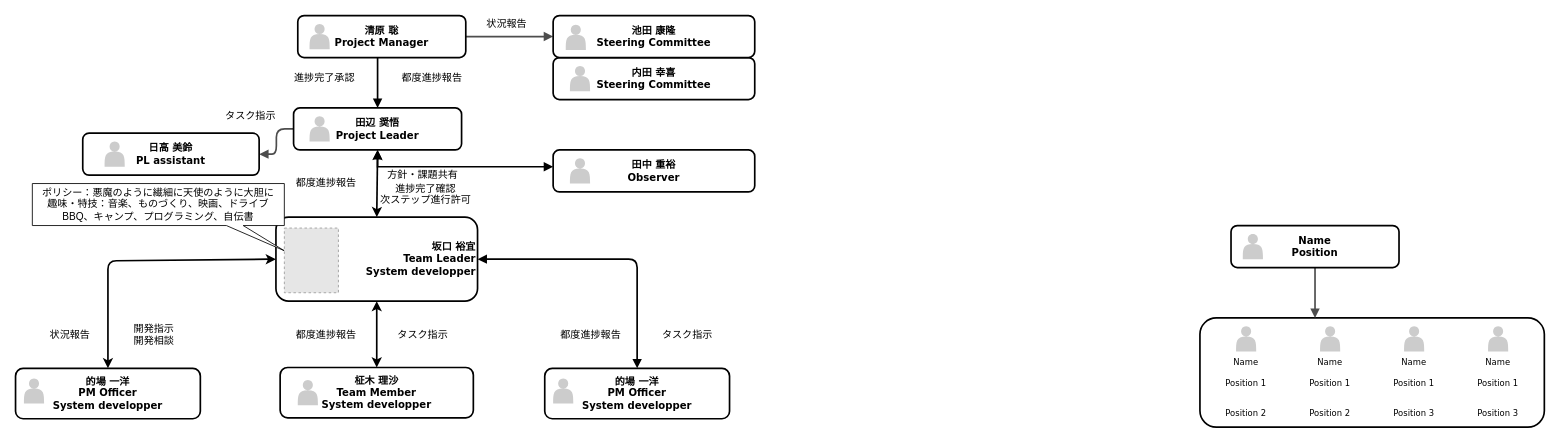
This is 名称未設定ファイル.drawio from sakag-120/systemflow, a draw.io file, before an edit. Source tidied: cells renumbered, new cells numbered last; positions are measured from the earlier drawing's top-left corner, leaving out a move shared by most shapes. Both pictures are drawn from the tidied source at 84%, with x=0, y=0 at pixel (15, 15). Pictures stored in the file or linked from it are replaced by grey dashed boxes.
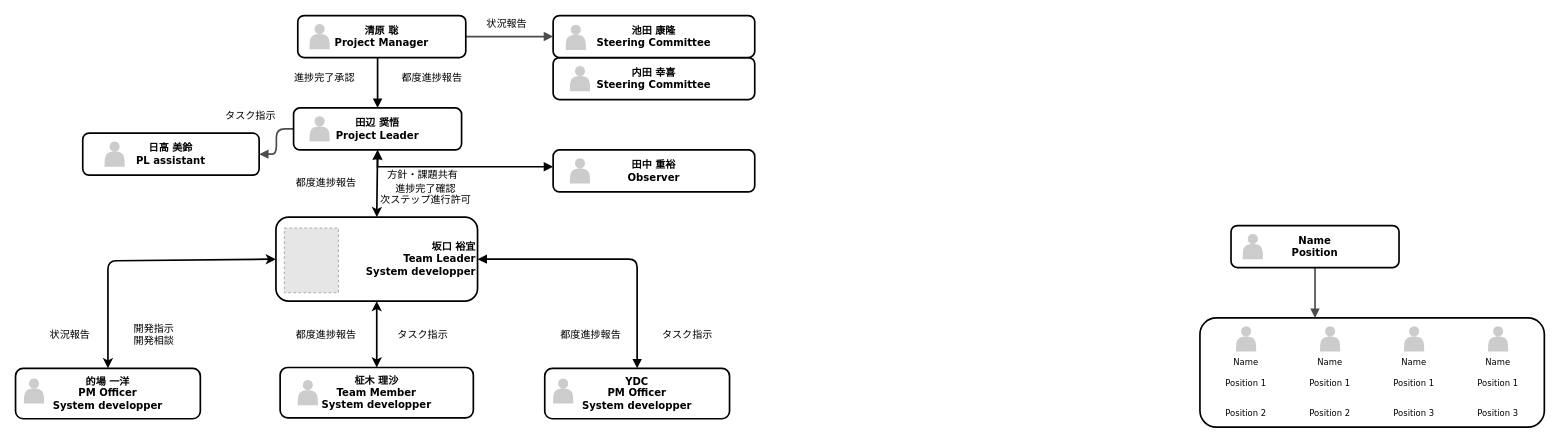
The same diagram, later.

Commit message:
名称未設定ファイル.drawio を更新します

Unchanged cells that the change refers to:
```xml
<mxCell id="57" style="group;" parent="1" vertex="1">
  <mxGeometry x="630" y="420" width="220" height="60" as="geometry" />
</mxCell>
```

Change to the diagram source:
```diff
@@
-    <mxCell id="35" value="&lt;div&gt;ポリシー：悪魔のように繊細に天使のように大胆に&lt;/div&gt;&lt;div&gt;趣味・特技：音楽、ものづくり、映画、ドライブ&lt;/div&gt;&lt;div&gt;BBQ、キャンプ、プログラミング、自伝書&lt;br&gt;&lt;/div&gt;" style="shape=callout;whiteSpace=wrap;html=1;perimeter=calloutPerimeter;position2=1;size=30;position=0.77;base=20;" parent="1" vertex="1">
-      <mxGeometry x="20" y="200" width="300" height="80" as="geometry" />
-    </mxCell>
@@
-    <mxCell id="58" value="&lt;div&gt;的場 一洋　&lt;/div&gt;&lt;div&gt;PM Officer&lt;br&gt;&lt;/div&gt;&lt;div&gt;&lt;span&gt;System developper&lt;br&gt;&lt;/span&gt;&lt;/div&gt;" style="whiteSpace=wrap;html=1;rounded=1;shadow=0;comic=0;strokeWidth=2;fontFamily=Verdana;align=center;fontSize=12;fontStyle=1;" parent="57" vertex="1">
+    <mxCell id="58" value="&lt;div&gt;YDC　&lt;/div&gt;&lt;div&gt;PM Officer&lt;br&gt;&lt;/div&gt;&lt;div&gt;&lt;span&gt;System developper&lt;br&gt;&lt;/span&gt;&lt;/div&gt;" style="whiteSpace=wrap;html=1;rounded=1;shadow=0;comic=0;strokeWidth=2;fontFamily=Verdana;align=center;fontSize=12;fontStyle=1;" parent="57" vertex="1">
       <mxGeometry width="220" height="60" as="geometry" />
     </mxCell>
```
